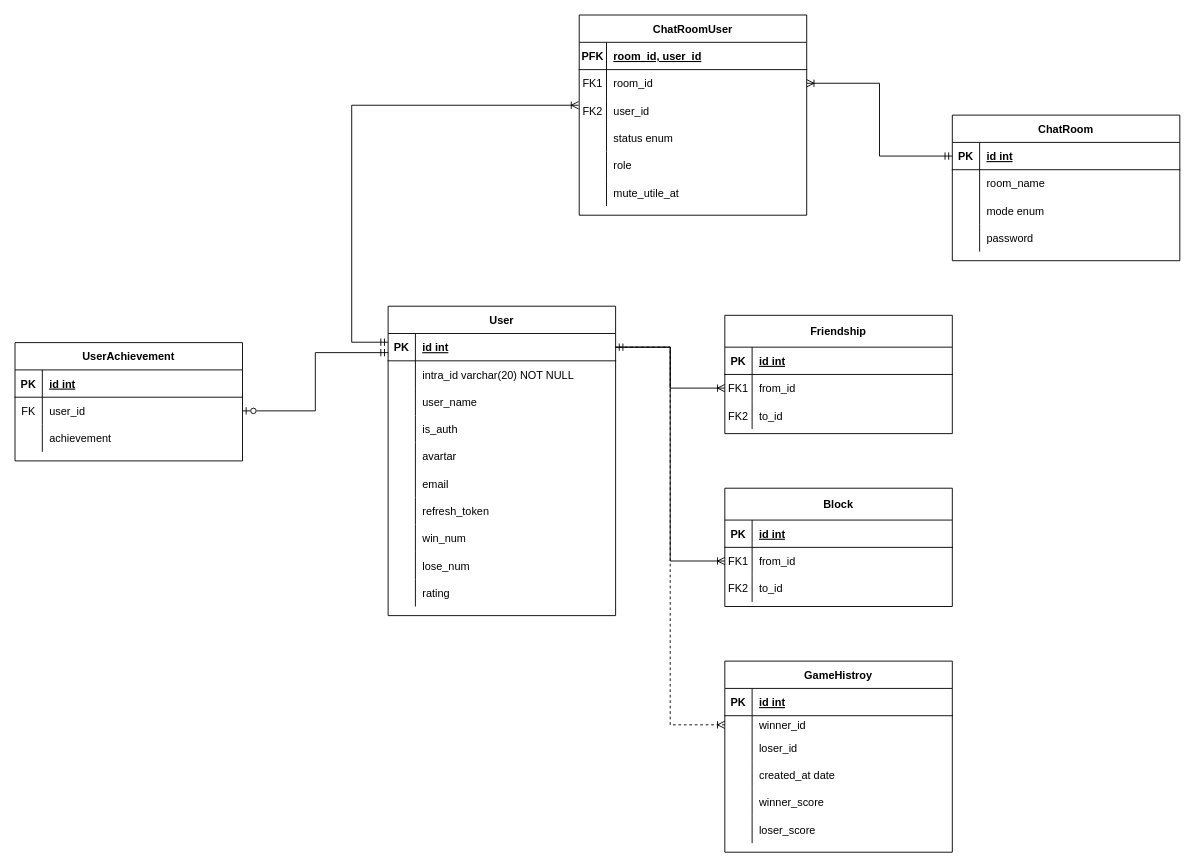
The draw.io diagram Untitled.drawio in 42MVP/ft_transcendence, before the edit. Source tidied: cells renumbered, new cells numbered last; positions are measured from the earlier drawing's top-left corner, leaving out a move shared by most shapes. Both pictures are drawn from the tidied source at 91%, with x=0, y=0 at pixel (15, 15).
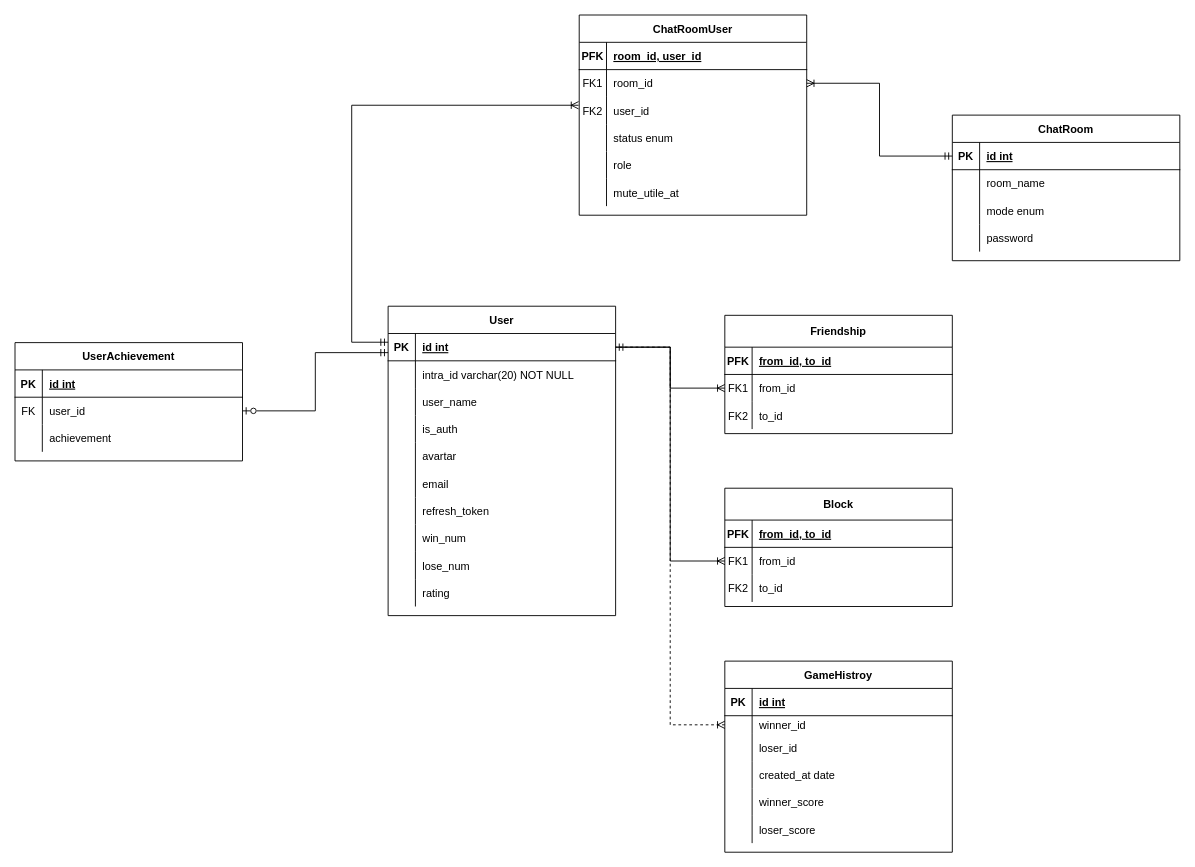
The same page after the edit.

Commit message:
📝 DOC: Friendship, Block 테이블 복합키로 변경

Unchanged cells that the change refers to:
```xml
<mxCell id="34" style="shape=partialRectangle;fillColor=none;top=0;left=0;right=0;bottom=1;" parent="33" vertex="1">
  <mxGeometry y="35" width="250" height="30" as="geometry" />
</mxCell>
<mxCell id="110" style="shape=partialRectangle;fillColor=none;top=0;left=0;right=0;bottom=1;" parent="109" vertex="1">
  <mxGeometry y="35" width="250" height="30" as="geometry" />
</mxCell>
```

The edit, as a diff of the source:
```diff
@@
-    <mxCell id="35" value="PK" style="shape=partialRectangle;overflow=hidden;fillColor=none;top=0;left=0;bottom=0;right=0;fontStyle=1;" parent="34" vertex="1">
+    <mxCell id="35" value="PFK" style="shape=partialRectangle;overflow=hidden;fillColor=none;top=0;left=0;bottom=0;right=0;fontStyle=1;" parent="34" vertex="1">
       <mxGeometry width="30" height="30" as="geometry" />
     </mxCell>
-    <mxCell id="36" value="id int" style="shape=partialRectangle;overflow=hidden;fillColor=none;top=0;left=0;bottom=0;right=0;align=left;spacingLeft=6;fontStyle=5;" parent="34" vertex="1">
+    <mxCell id="36" value="from_id, to_id" style="shape=partialRectangle;overflow=hidden;fillColor=none;top=0;left=0;bottom=0;right=0;align=left;spacingLeft=6;fontStyle=5;" parent="34" vertex="1">
       <mxGeometry x="30" width="220" height="30" as="geometry" />
     </mxCell>
@@
-    <mxCell id="111" value="PK" style="shape=partialRectangle;overflow=hidden;fillColor=none;top=0;left=0;bottom=0;right=0;fontStyle=1;" parent="110" vertex="1">
+    <mxCell id="111" value="PFK" style="shape=partialRectangle;overflow=hidden;fillColor=none;top=0;left=0;bottom=0;right=0;fontStyle=1;" parent="110" vertex="1">
       <mxGeometry width="30" height="30" as="geometry" />
     </mxCell>
-    <mxCell id="112" value="id int" style="shape=partialRectangle;overflow=hidden;fillColor=none;top=0;left=0;bottom=0;right=0;align=left;spacingLeft=6;fontStyle=5;" parent="110" vertex="1">
+    <mxCell id="112" value="from_id, to_id" style="shape=partialRectangle;overflow=hidden;fillColor=none;top=0;left=0;bottom=0;right=0;align=left;spacingLeft=6;fontStyle=5;" parent="110" vertex="1">
       <mxGeometry x="30" width="220" height="30" as="geometry" />
     </mxCell>
```
